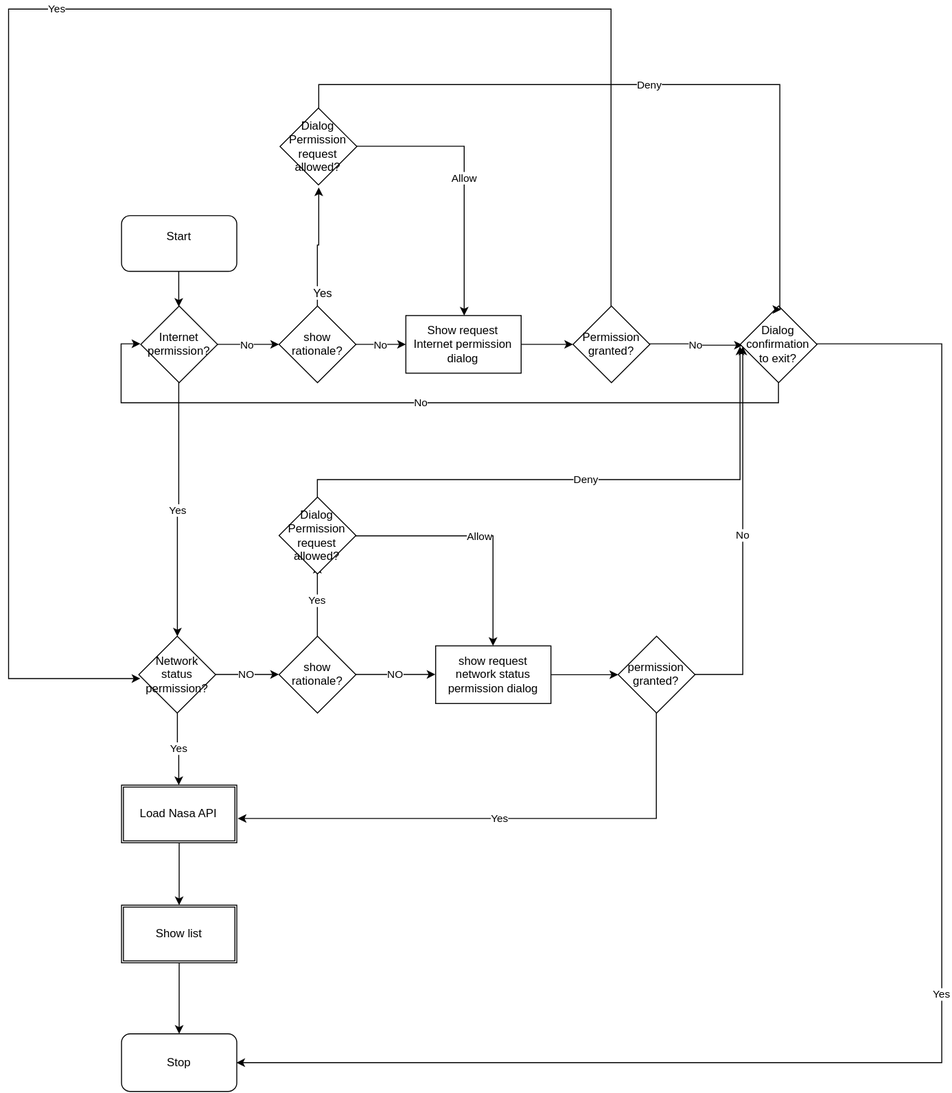
The draw.io diagram other/visio/MainActivity.svg in 0xba1a/nasa_epic, before a commit. Source tidied: cells renumbered, new cells last; positions are measured from the earlier drawing's top-left corner, leaving out a move shared by most shapes.
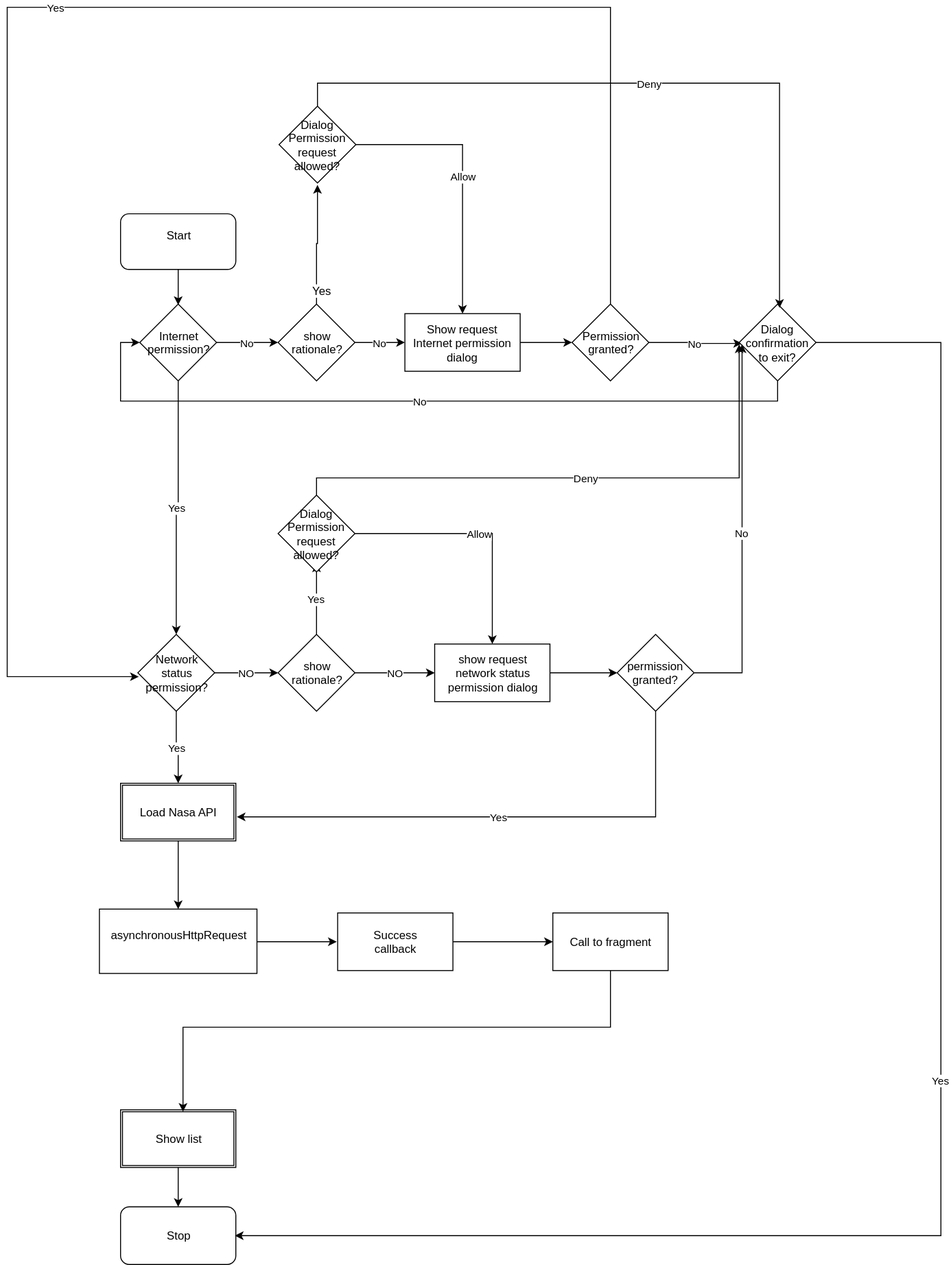
Above is the later version.

What changed in the source:
```diff
@@ -31,9 +31,9 @@
     <mxCell id="9" value="Network&lt;div&gt;status&lt;/div&gt;&lt;div&gt;permission?&lt;/div&gt;" style="rhombus;whiteSpace=wrap;html=1;" parent="1" vertex="1">
       <mxGeometry x="136" y="653" width="80" height="80" as="geometry" />
     </mxCell>
-    <mxCell id="10" style="edgeStyle=orthogonalEdgeStyle;rounded=0;html=1;jettySize=auto;" parent="1" edge="1" source="11" target="13">
-      <mxGeometry relative="1" as="geometry" />
-    </mxCell>
+    <mxCell id="41" style="edgeStyle=orthogonalEdgeStyle;rounded=0;html=1;jettySize=auto;" parent="1" edge="1" source="11" target="43">
+      <mxGeometry relative="1" as="geometry" />
+    </mxCell>
     <mxCell id="11" value="Load Nasa API" style="shape=ext;double=1;whiteSpace=wrap;html=1;" parent="1" vertex="1">
       <mxGeometry x="118" y="808" width="120" height="60" as="geometry" />
     </mxCell>
@@ -41,10 +41,10 @@
       <mxGeometry relative="1" as="geometry" />
     </mxCell>
     <mxCell id="13" value="Show list" style="shape=ext;double=1;whiteSpace=wrap;html=1;" parent="1" vertex="1">
-      <mxGeometry x="118" y="933" width="120" height="60" as="geometry" />
+      <mxGeometry x="118" y="1148" width="120" height="60" as="geometry" />
     </mxCell>
     <mxCell id="14" value="Stop" style="rounded=1;whiteSpace=wrap;html=1;" parent="1" vertex="1">
-      <mxGeometry x="118" y="1067" width="120" height="60" as="geometry" />
+      <mxGeometry x="118" y="1249" width="120" height="60" as="geometry" />
     </mxCell>
     <mxCell id="15" value="No" style="edgeStyle=orthogonalEdgeStyle;rounded=0;html=1;jettySize=auto;" parent="1" edge="1" source="18" target="20">
       <mxGeometry relative="1" as="geometry" />
@@ -85,7 +85,7 @@
       <mxGeometry relative="1" as="geometry">
         <Array as="points">
           <mxPoint x="972" y="349" />
-          <mxPoint x="972" y="1097" />
+          <mxPoint x="972" y="1279" />
         </Array>
       </mxGeometry>
     </mxCell>
@@ -157,5 +157,28 @@
     <mxCell id="40" value="permission granted?" style="rhombus;whiteSpace=wrap;html=1;" parent="1" vertex="1">
       <mxGeometry x="635" y="653" width="80" height="80" as="geometry" />
     </mxCell>
+    <mxCell id="42" style="edgeStyle=orthogonalEdgeStyle;rounded=0;html=1;entryX=-0.008;entryY=0.5;entryPerimeter=0;jettySize=auto;" parent="1" edge="1" source="43" target="45">
+      <mxGeometry relative="1" as="geometry" />
+    </mxCell>
+    <mxCell id="43" value="asynchronousHttpRequest&lt;div&gt;&lt;br&gt;&lt;/div&gt;" style="whiteSpace=wrap;html=1;" parent="1" vertex="1">
+      <mxGeometry x="96" y="939" width="164" height="67" as="geometry" />
+    </mxCell>
+    <mxCell id="44" style="edgeStyle=orthogonalEdgeStyle;rounded=0;html=1;jettySize=auto;" parent="1" edge="1" source="45" target="47">
+      <mxGeometry relative="1" as="geometry" />
+    </mxCell>
+    <mxCell id="45" value="Success&lt;div&gt;callback&lt;/div&gt;" style="whiteSpace=wrap;html=1;" parent="1" vertex="1">
+      <mxGeometry x="344" y="943" width="120" height="60" as="geometry" />
+    </mxCell>
+    <mxCell id="46" style="edgeStyle=orthogonalEdgeStyle;rounded=0;html=1;entryX=0.542;entryY=0.033;entryPerimeter=0;jettySize=auto;" parent="1" edge="1" source="47" target="13">
+      <mxGeometry relative="1" as="geometry">
+        <Array as="points">
+          <mxPoint x="628" y="1062" />
+          <mxPoint x="183" y="1062" />
+        </Array>
+      </mxGeometry>
+    </mxCell>
+    <mxCell id="47" value="Call to fragment" style="whiteSpace=wrap;html=1;" parent="1" vertex="1">
+      <mxGeometry x="568" y="943" width="120" height="60" as="geometry" />
+    </mxCell>
   </root>
 </mxGraphModel>
```
